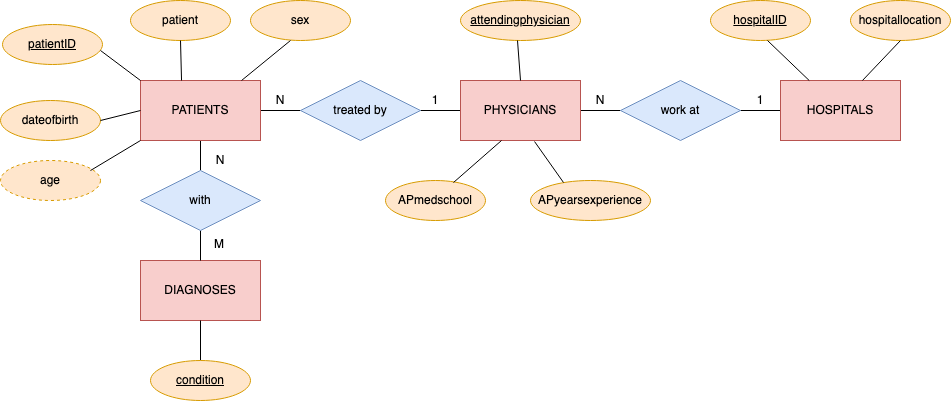
jkropko/DS-6001 keeps this draw.io diagram as localimages/lab6_2.png. Above is the earlier version. Source tidied: cells renumbered, new cells last; positions are measured from the earlier drawing's top-left corner, leaving out a move shared by most shapes.
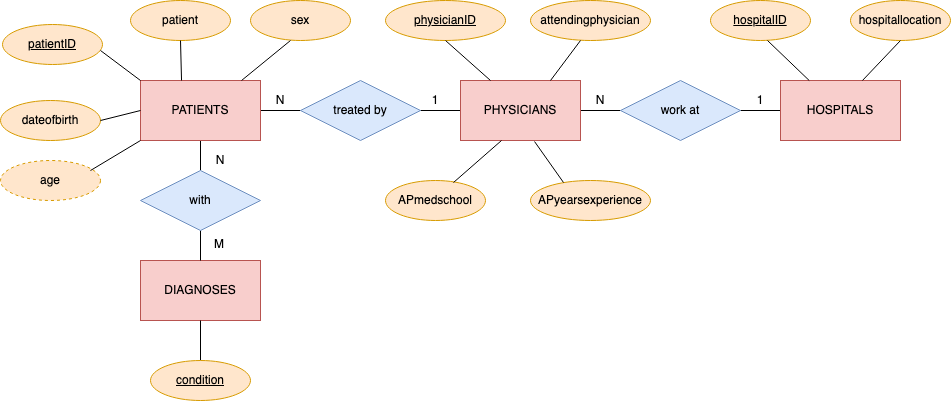
After the change.

Change to the diagram source:
```diff
@@ -68,8 +68,8 @@
     <mxCell id="23" value="APmedschool" style="ellipse;whiteSpace=wrap;html=1;align=center;fillColor=#ffe6cc;strokeColor=#d79b00;" parent="1" vertex="1">
       <mxGeometry x="385" y="180" width="100" height="40" as="geometry" />
     </mxCell>
-    <mxCell id="24" value="&lt;u&gt;attendingphysician&lt;/u&gt;" style="ellipse;whiteSpace=wrap;html=1;align=center;fillColor=#ffe6cc;strokeColor=#d79b00;" parent="1" vertex="1">
-      <mxGeometry x="460" width="120" height="40" as="geometry" />
+    <mxCell id="24" value="&lt;u&gt;physicianID&lt;/u&gt;" style="ellipse;whiteSpace=wrap;html=1;align=center;fillColor=#ffe6cc;strokeColor=#d79b00;" parent="1" vertex="1">
+      <mxGeometry x="385" width="120" height="40" as="geometry" />
     </mxCell>
     <mxCell id="25" value="&lt;u&gt;hospitalID&lt;/u&gt;" style="ellipse;whiteSpace=wrap;html=1;align=center;fillColor=#ffe6cc;strokeColor=#d79b00;" parent="1" vertex="1">
       <mxGeometry x="710" width="100" height="40" as="geometry" />
@@ -112,10 +112,8 @@
         <mxPoint x="563" y="182" as="sourcePoint" />
       </mxGeometry>
     </mxCell>
-    <mxCell id="34" style="endArrow=none;html=1;exitX=0.5;exitY=0;exitDx=0;exitDy=0;" parent="1" edge="1" source="8">
-      <mxGeometry relative="1" as="geometry">
-        <mxPoint x="517" y="40" as="targetPoint" />
-      </mxGeometry>
+    <mxCell id="34" style="endArrow=none;html=1;exitX=0.25;exitY=0;exitDx=0;exitDy=0;entryX=0.5;entryY=1;entryDx=0;entryDy=0;" parent="1" edge="1" source="8" target="24">
+      <mxGeometry relative="1" as="geometry" />
     </mxCell>
     <mxCell id="35" style="endArrow=none;html=1;exitX=0.683;exitY=0;exitDx=0;exitDy=0;exitPerimeter=0;entryX=0.5;entryY=1;entryDx=0;entryDy=0;" parent="1" edge="1" source="10" target="26">
       <mxGeometry relative="1" as="geometry" />
@@ -143,5 +141,13 @@
     <mxCell id="42" value="M" style="text;html=1;strokeColor=none;fillColor=none;align=center;verticalAlign=middle;whiteSpace=wrap;rounded=0;" parent="1" vertex="1">
       <mxGeometry x="199" y="234" width="40" height="20" as="geometry" />
     </mxCell>
+    <mxCell id="43" value="attendingphysician" style="ellipse;whiteSpace=wrap;html=1;align=center;fillColor=#ffe6cc;strokeColor=#d79b00;" parent="1" vertex="1">
+      <mxGeometry x="530" width="120" height="40" as="geometry" />
+    </mxCell>
+    <mxCell id="44" style="endArrow=none;html=1;exitX=0.75;exitY=0;exitDx=0;exitDy=0;entryX=0.5;entryY=1;entryDx=0;entryDy=0;" parent="1" edge="1" source="8">
+      <mxGeometry relative="1" as="geometry">
+        <mxPoint x="580" y="40" as="targetPoint" />
+      </mxGeometry>
+    </mxCell>
   </root>
 </mxGraphModel>
```
